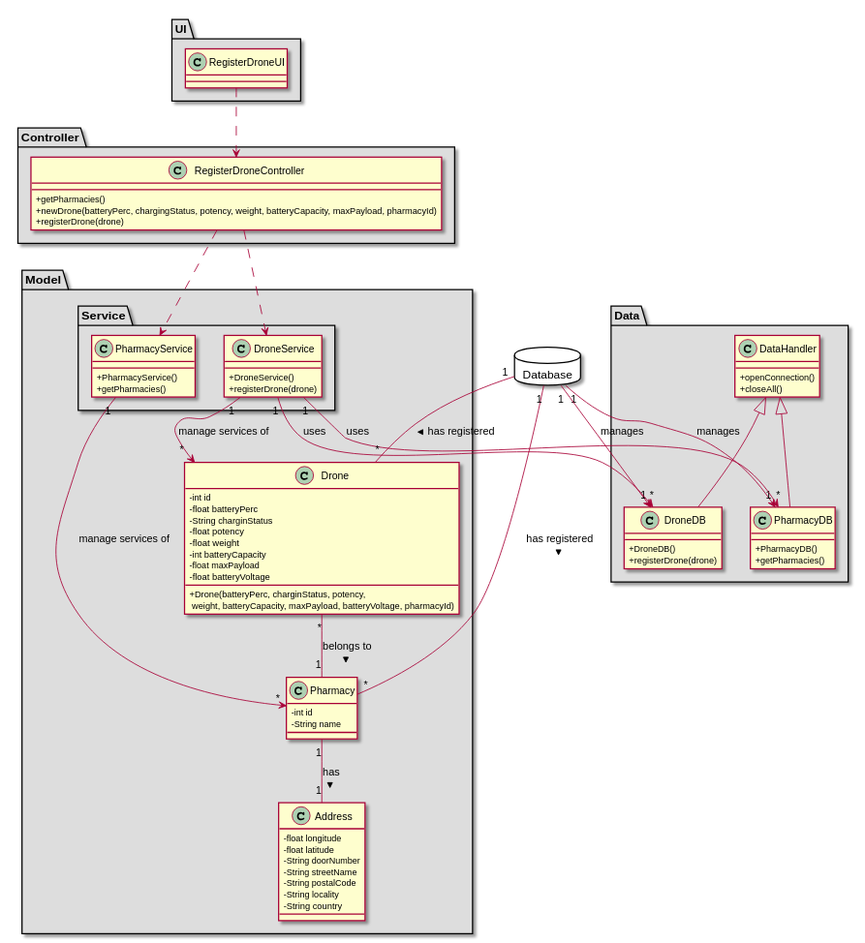
Before: docs/Iteration 2/Drone Management/US193_RegisterDrone/US193_CD.svg, a diagram exported from PlantUML (tiagoavcosta25/LAPR3).
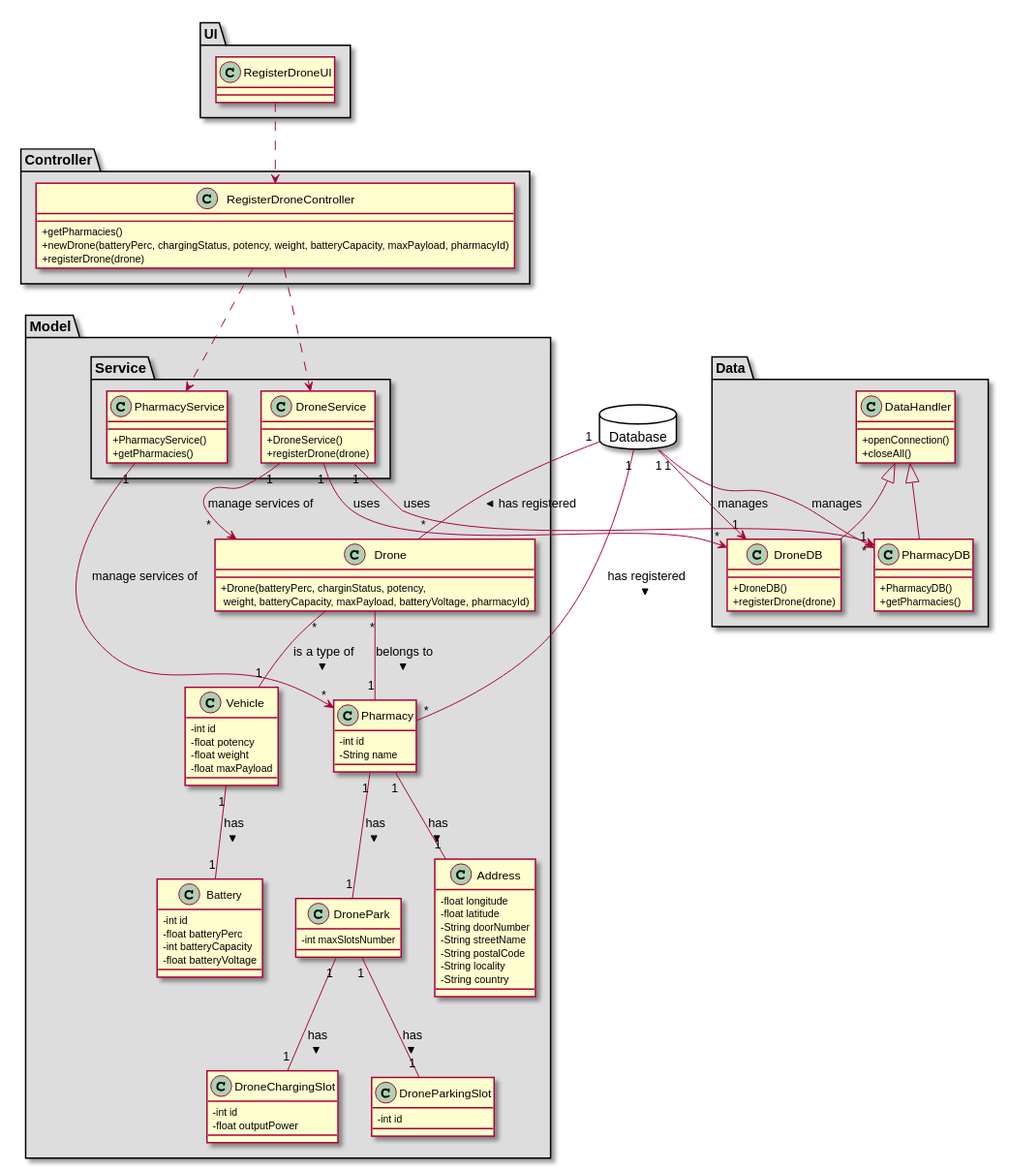
Above is the later version.

Commit message:
LAPR2AP2-233 #fixing Register Drone [Design]

Change to the diagram source:
```diff
@@ -32,16 +32,35 @@
 }
 
 package "Model" #DDDDDD {
+class DronePark{
+-   int maxSlotsNumber
+}
+
+class DroneChargingSlot{
+-   int id
+-   float outputPower
+}
+
+class DroneParkingSlot{
+-   int id
+}
+
 class Drone{
+  +Drone(batteryPerc, charginStatus, potency,\n weight, batteryCapacity, maxPayload, batteryVoltage, pharmacyId)
+}
+
+class Vehicle{
+  -int id
+  -float potency
+  -float weight
+  -float maxPayload
+}
+
+class Battery{
   -int id
   -float batteryPerc
-  -String charginStatus
-  -float potency
-  -float weight
   -int batteryCapacity
-  -float maxPayload
   -float batteryVoltage
-  +Drone(batteryPerc, charginStatus, potency,\n weight, batteryCapacity, maxPayload, batteryVoltage, pharmacyId)
 }
 
 class Address{
@@ -93,7 +112,12 @@
 Database "1" -- "*" Pharmacy : has registered >
 Database "1" -- "*" Drone : has registered >
 
+Vehicle "1" -- "1" Battery : has >
+Drone "*" -- "1" Vehicle : is a type of >
 Drone "*" -- "1" Pharmacy : belongs to >
 Pharmacy "1" -- "1" Address : has >
+Pharmacy "1" -- "1" DronePark : has >
+DronePark "1" -- "1" DroneChargingSlot : has >
+DronePark "1" -- "1" DroneParkingSlot : has >
 
 @enduml
```
